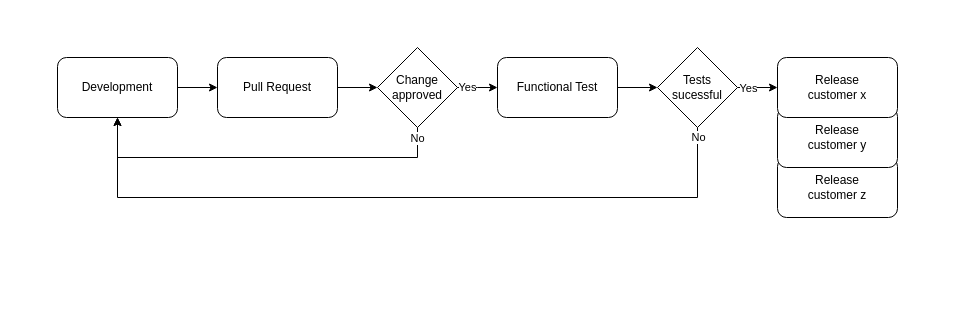
Earlier version of the draw.io diagram simplified-life-of-a-patch.drawio (dvaske/life-of-a-patch). Source tidied: cells renumbered, new cells numbered last; positions are measured from the earlier drawing's top-left corner, leaving out a move shared by most shapes. Both pictures are drawn from the tidied source at 100%, with x=0, y=0 at pixel (57, 47).
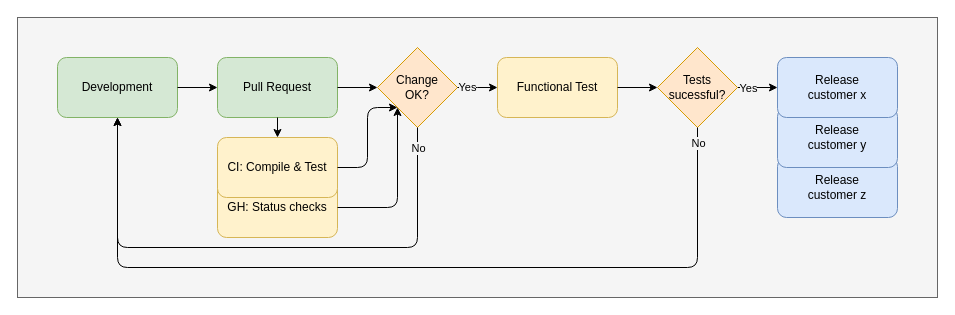
Above is the later version.

The change refers to these unchanged cells:
```xml
<mxCell id="12" style="endArrow=classic;html=1;rounded=0;entryX=0;entryY=0.5;entryDx=0;entryDy=0;exitX=1;exitY=0.5;exitDx=0;exitDy=0;" parent="1" edge="1" source="14" target="19">
  <mxGeometry relative="1" as="geometry" />
</mxCell>
```

The edit, as a diff of the source:
```diff
@@
+    <mxCell id="20" style="rounded=0;whiteSpace=wrap;html=1;fillColor=#f5f5f5;strokeColor=#666666;fontColor=#333333;" parent="1" vertex="1">
+      <mxGeometry x="-40" y="-30" width="920" height="280" as="geometry" />
+    </mxCell>
+    <mxCell id="21" value="GH: Status checks" style="rounded=1;whiteSpace=wrap;html=1;fillColor=#fff2cc;strokeColor=#d6b656;" parent="1" vertex="1">
+      <mxGeometry x="160" y="130" width="120" height="60" as="geometry" />
+    </mxCell>
-    <mxCell id="2" value="&lt;div&gt;Release&lt;/div&gt;customer z" style="rounded=1;whiteSpace=wrap;html=1;" parent="1" vertex="1">
+    <mxCell id="2" value="&lt;div&gt;Release&lt;/div&gt;customer z" style="rounded=1;whiteSpace=wrap;html=1;fillColor=#dae8fc;strokeColor=#6c8ebf;" parent="1" vertex="1">
       <mxGeometry x="720" y="110" width="120" height="60" as="geometry" />
     </mxCell>
-    <mxCell id="3" value="Development" style="rounded=1;whiteSpace=wrap;html=1;" parent="1" vertex="1">
+    <mxCell id="3" value="Development" style="rounded=1;whiteSpace=wrap;html=1;fillColor=#d5e8d4;strokeColor=#82b366;" parent="1" vertex="1">
       <mxGeometry y="10" width="120" height="60" as="geometry" />
     </mxCell>
-    <mxCell id="4" value="&lt;div&gt;Pull Request&lt;/div&gt;" style="rounded=1;whiteSpace=wrap;html=1;" parent="1" vertex="1">
+    <mxCell id="4" value="&lt;div&gt;Pull Request&lt;/div&gt;" style="rounded=1;whiteSpace=wrap;html=1;fillColor=#d5e8d4;strokeColor=#82b366;" parent="1" vertex="1">
       <mxGeometry x="160" y="10" width="120" height="60" as="geometry" />
     </mxCell>
-    <mxCell id="5" value="&lt;div&gt;Functional Test&lt;/div&gt;" style="rounded=1;whiteSpace=wrap;html=1;" parent="1" vertex="1">
+    <mxCell id="5" value="&lt;div&gt;Functional Test&lt;/div&gt;" style="rounded=1;whiteSpace=wrap;html=1;fillColor=#fff2cc;strokeColor=#d6b656;" parent="1" vertex="1">
       <mxGeometry x="440" y="10" width="120" height="60" as="geometry" />
     </mxCell>
-    <mxCell id="6" value="&lt;div&gt;Change approved&lt;/div&gt;" style="rhombus;whiteSpace=wrap;html=1;" parent="1" vertex="1">
+    <mxCell id="6" value="&lt;div&gt;Change &lt;br&gt;&lt;/div&gt;&lt;div&gt;OK?&lt;/div&gt;" style="rhombus;whiteSpace=wrap;html=1;fillColor=#ffe6cc;strokeColor=#d79b00;" parent="1" vertex="1">
       <mxGeometry x="320" width="80" height="80" as="geometry" />
     </mxCell>
@@
-    <mxCell id="9" style="endArrow=classic;html=1;rounded=0;exitX=0.5;exitY=1;exitDx=0;exitDy=0;entryX=0.5;entryY=1;entryDx=0;entryDy=0;" parent="1" edge="1" source="6" target="3">
+    <mxCell id="9" style="endArrow=classic;html=1;rounded=1;exitX=0.5;exitY=1;exitDx=0;exitDy=0;entryX=0.5;entryY=1;entryDx=0;entryDy=0;" parent="1" edge="1" source="6" target="3">
       <mxGeometry relative="1" as="geometry">
         <Array as="points">
-          <mxPoint x="360" y="110" />
-          <mxPoint x="60" y="110" />
+          <mxPoint x="360" y="200" />
+          <mxPoint x="60" y="200" />
         </Array>
       </mxGeometry>
     </mxCell>
-    <mxCell id="10" value="&lt;div&gt;No&lt;/div&gt;" style="edgeLabel;html=1;align=center;verticalAlign=middle;" parent="9" vertex="1">
-      <mxGeometry x="-0.3" y="1" relative="1" as="geometry">
-        <mxPoint x="99" y="-21" as="offset" />
-      </mxGeometry>
-    </mxCell>
-    <mxCell id="11" value="&lt;div&gt;Yes&lt;/div&gt;" style="endArrow=classic;html=1;rounded=0;entryX=0;entryY=0.5;entryDx=0;entryDy=0;exitX=1;exitY=0.5;exitDx=0;exitDy=0;" parent="1" edge="1" source="6" target="5">
+    <mxCell id="11" value="&lt;div&gt;&lt;span style=&quot;&quot;&gt;Yes&lt;/span&gt;&lt;/div&gt;" style="endArrow=classic;html=1;rounded=0;entryX=0;entryY=0.5;entryDx=0;entryDy=0;exitX=1;exitY=0.5;exitDx=0;exitDy=0;shadow=0;labelBackgroundColor=#F5F5F5;" parent="1" edge="1" source="6" target="5">
       <mxGeometry x="-0.5" relative="1" as="geometry">
         <Array as="points">
           <mxPoint x="420" y="40" />
         </Array>
       </mxGeometry>
     </mxCell>
@@
-    <mxCell id="13" value="Yes" style="edgeLabel;html=1;align=center;verticalAlign=middle;" parent="12" vertex="1">
+    <mxCell id="13" value="&lt;span style=&quot;&quot;&gt;Yes&lt;/span&gt;" style="edgeLabel;html=1;align=center;verticalAlign=middle;labelBackgroundColor=#F5F5F5;" parent="12" vertex="1">
       <mxGeometry x="0.3" y="-3" relative="1" as="geometry">
         <mxPoint x="-16" y="-3" as="offset" />
       </mxGeometry>
     </mxCell>
-    <mxCell id="14" value="&lt;div&gt;Tests sucessful&lt;/div&gt;" style="rhombus;whiteSpace=wrap;html=1;" parent="1" vertex="1">
+    <mxCell id="14" value="&lt;div&gt;Tests sucessful?&lt;/div&gt;" style="rhombus;whiteSpace=wrap;html=1;fillColor=#ffe6cc;strokeColor=#d79b00;" parent="1" vertex="1">
       <mxGeometry x="600" width="80" height="80" as="geometry" />
     </mxCell>
@@
-    <mxCell id="16" style="endArrow=classic;html=1;rounded=0;exitX=0.5;exitY=1;exitDx=0;exitDy=0;" parent="1" edge="1" source="14">
+    <mxCell id="16" style="endArrow=classic;html=1;exitX=0.5;exitY=1;exitDx=0;exitDy=0;rounded=1;" parent="1" edge="1" source="14">
       <mxGeometry relative="1" as="geometry">
         <mxPoint x="60" y="70" as="targetPoint" />
         <Array as="points">
-          <mxPoint x="640" y="150" />
-          <mxPoint x="60" y="150" />
+          <mxPoint x="640" y="220" />
+          <mxPoint x="60" y="220" />
         </Array>
       </mxGeometry>
     </mxCell>
-    <mxCell id="17" value="&lt;div&gt;No&lt;/div&gt;" style="edgeLabel;html=1;align=center;verticalAlign=middle;" parent="16" vertex="1">
+    <mxCell id="17" value="&lt;div&gt;No&lt;/div&gt;" style="edgeLabel;html=1;align=center;verticalAlign=middle;labelBackgroundColor=#F5F5F5;" parent="16" vertex="1">
       <mxGeometry x="-0.92" y="2" relative="1" as="geometry">
         <mxPoint x="-2" y="-20" as="offset" />
       </mxGeometry>
     </mxCell>
-    <mxCell id="18" value="&lt;div&gt;Release&lt;/div&gt;customer y" style="rounded=1;whiteSpace=wrap;html=1;" parent="1" vertex="1">
+    <mxCell id="18" value="&lt;div&gt;Release&lt;/div&gt;customer y" style="rounded=1;whiteSpace=wrap;html=1;fillColor=#dae8fc;strokeColor=#6c8ebf;" parent="1" vertex="1">
       <mxGeometry x="720" y="60" width="120" height="60" as="geometry" />
     </mxCell>
-    <mxCell id="19" value="&lt;div&gt;Release&lt;/div&gt;customer x" style="rounded=1;whiteSpace=wrap;html=1;" parent="1" vertex="1">
+    <mxCell id="19" value="&lt;div&gt;Release&lt;/div&gt;customer x" style="rounded=1;whiteSpace=wrap;html=1;fillColor=#dae8fc;strokeColor=#6c8ebf;" parent="1" vertex="1">
       <mxGeometry x="720" y="10" width="120" height="60" as="geometry" />
     </mxCell>
+    <mxCell id="22" value="CI: Compile &amp;amp; Test" style="rounded=1;whiteSpace=wrap;html=1;fillColor=#fff2cc;strokeColor=#d6b656;" parent="1" vertex="1">
+      <mxGeometry x="160" y="90" width="120" height="60" as="geometry" />
+    </mxCell>
+    <mxCell id="23" style="endArrow=classic;html=1;rounded=1;exitX=0.5;exitY=1;exitDx=0;exitDy=0;entryX=0.5;entryY=0;entryDx=0;entryDy=0;" parent="1" edge="1" target="22">
+      <mxGeometry relative="1" as="geometry">
+        <mxPoint x="220" y="70" as="sourcePoint" />
+      </mxGeometry>
+    </mxCell>
+    <mxCell id="10" value="&lt;div&gt;&lt;span style=&quot;&quot;&gt;No&lt;/span&gt;&lt;/div&gt;" style="edgeLabel;html=1;align=center;verticalAlign=middle;labelBackgroundColor=#f5f5f5;" parent="23" vertex="1">
+      <mxGeometry x="-0.3" y="1" relative="1" as="geometry">
+        <mxPoint x="139" y="23" as="offset" />
+      </mxGeometry>
+    </mxCell>
+    <mxCell id="24" style="endArrow=classic;html=1;rounded=1;entryX=0;entryY=1;entryDx=0;entryDy=0;exitX=1;exitY=0.5;exitDx=0;exitDy=0;" parent="1" edge="1" source="22" target="6">
+      <mxGeometry relative="1" as="geometry">
+        <Array as="points">
+          <mxPoint x="310" y="120" />
+          <mxPoint x="310" y="60" />
+        </Array>
+      </mxGeometry>
+    </mxCell>
+    <mxCell id="25" style="endArrow=classic;html=1;rounded=1;entryX=0;entryY=1;entryDx=0;entryDy=0;" parent="1" edge="1" target="6">
+      <mxGeometry relative="1" as="geometry">
+        <mxPoint x="280" y="160" as="sourcePoint" />
+        <Array as="points">
+          <mxPoint x="340" y="160" />
+        </Array>
+      </mxGeometry>
+    </mxCell>
```
